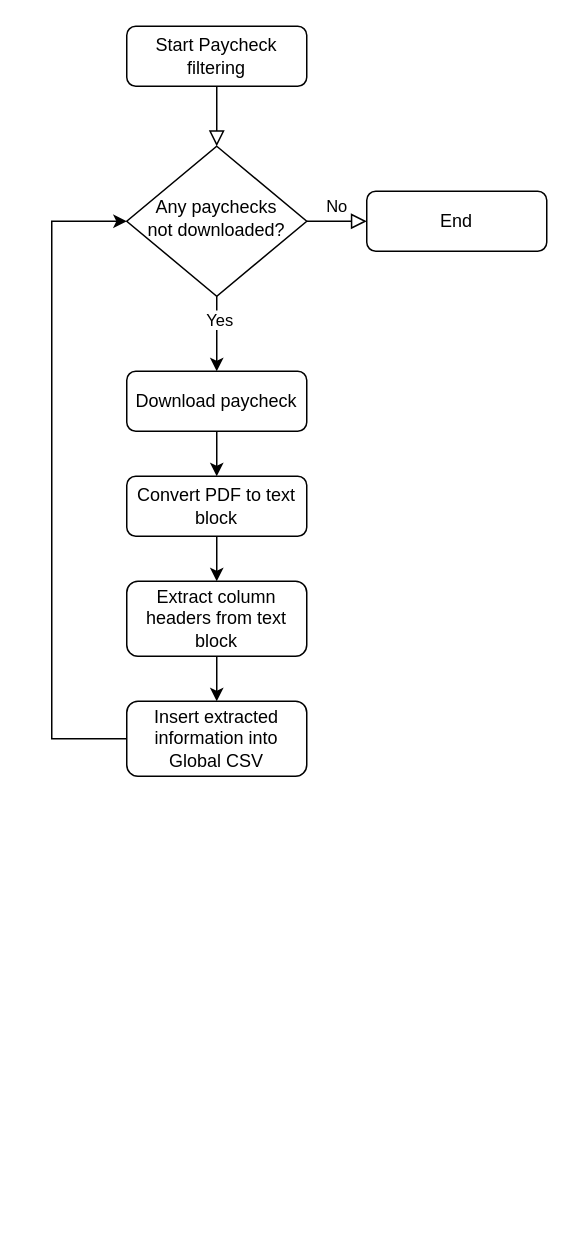
This is tools/convert_paycheck/convert_paycheck_to_xml.drawio from phooten/finance, a draw.io file, before an edit. Source tidied: cells renumbered, new cells numbered last; positions are measured from the earlier drawing's top-left corner, leaving out a move shared by most shapes. Both pictures are drawn from the tidied source at 150%, with x=0, y=0 at pixel (51, 26).
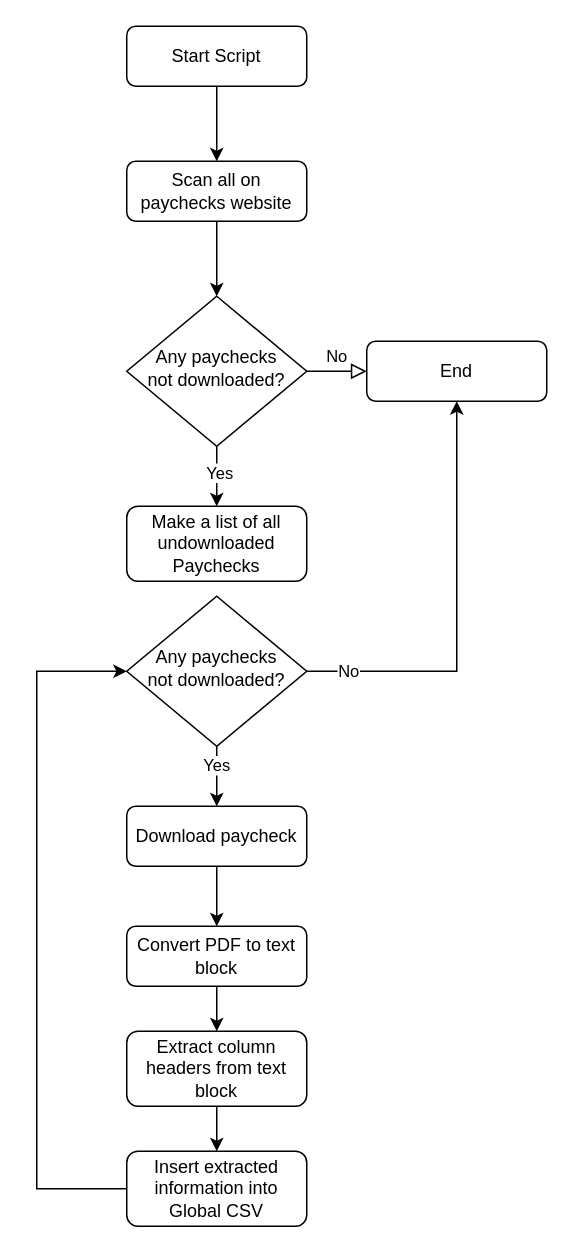
The same page after the edit.

Diff of the diagram source:
```diff
@@
-    <mxCell id="2" style="rounded=0;html=1;jettySize=auto;fontSize=11;endArrow=block;endFill=0;endSize=8;strokeWidth=1;shadow=0;labelBackgroundColor=none;edgeStyle=orthogonalEdgeStyle;" parent="1" edge="1" source="3" target="7">
-      <mxGeometry relative="1" as="geometry" />
-    </mxCell>
+    <mxCell id="17" style="edgeStyle=orthogonalEdgeStyle;rounded=0;jettySize=auto;html=1;entryX=0.5;entryY=0;entryDx=0;entryDy=0;" parent="1" edge="1" source="3" target="22">
+      <mxGeometry relative="1" as="geometry" />
+    </mxCell>
-    <mxCell id="3" value="Start Paycheck filtering" style="rounded=1;whiteSpace=wrap;html=1;fontSize=12;glass=0;strokeWidth=1;shadow=0;" parent="1" vertex="1">
+    <mxCell id="3" value="Start Script" style="rounded=1;whiteSpace=wrap;html=1;fontSize=12;glass=0;strokeWidth=1;shadow=0;" parent="1" vertex="1">
       <mxGeometry x="50" width="120" height="40" as="geometry" />
     </mxCell>
@@
-    <mxCell id="5" style="edgeStyle=orthogonalEdgeStyle;rounded=0;jettySize=auto;html=1;entryX=0.5;entryY=0;entryDx=0;entryDy=0;" parent="1" edge="1" source="7" target="10">
-      <mxGeometry relative="1" as="geometry" />
-    </mxCell>
-    <mxCell id="6" value="Yes" style="edgeLabel;html=1;align=center;verticalAlign=middle;" parent="5" vertex="1">
-      <mxGeometry x="-0.42" y="1" relative="1" as="geometry" />
-    </mxCell>
+    <mxCell id="18" style="edgeStyle=orthogonalEdgeStyle;rounded=0;jettySize=auto;html=1;entryX=0.5;entryY=0;entryDx=0;entryDy=0;" parent="1" edge="1" source="7" target="23">
+      <mxGeometry relative="1" as="geometry" />
+    </mxCell>
+    <mxCell id="19" value="Yes" style="edgeLabel;html=1;align=center;verticalAlign=middle;" parent="18" vertex="1">
+      <mxGeometry x="-0.15" y="1" relative="1" as="geometry" />
+    </mxCell>
     <mxCell id="7" value="Any paychecks &lt;br&gt;not downloaded?" style="rhombus;whiteSpace=wrap;html=1;shadow=0;fontFamily=Helvetica;fontSize=12;align=center;strokeWidth=1;spacing=6;spacingTop=-4;" parent="1" vertex="1">
-      <mxGeometry x="50" y="80" width="120" height="100" as="geometry" />
+      <mxGeometry x="50" y="180" width="120" height="100" as="geometry" />
     </mxCell>
     <mxCell id="8" value="End" style="rounded=1;whiteSpace=wrap;html=1;fontSize=12;glass=0;strokeWidth=1;shadow=0;" parent="1" vertex="1">
-      <mxGeometry x="210" y="110" width="120" height="40" as="geometry" />
+      <mxGeometry x="210" y="210" width="120" height="40" as="geometry" />
     </mxCell>
@@
     <mxCell id="10" value="Download paycheck" style="rounded=1;whiteSpace=wrap;html=1;fontSize=12;glass=0;strokeWidth=1;shadow=0;" parent="1" vertex="1">
-      <mxGeometry x="50" y="230" width="120" height="40" as="geometry" />
+      <mxGeometry x="50" y="520" width="120" height="40" as="geometry" />
     </mxCell>
@@
     <mxCell id="12" value="Convert PDF to text block" style="rounded=1;whiteSpace=wrap;html=1;fontSize=12;glass=0;strokeWidth=1;shadow=0;" parent="1" vertex="1">
-      <mxGeometry x="50" y="300" width="120" height="40" as="geometry" />
+      <mxGeometry x="50" y="600" width="120" height="40" as="geometry" />
     </mxCell>
@@
     <mxCell id="14" value="Extract column headers from text block" style="rounded=1;whiteSpace=wrap;html=1;fontSize=12;glass=0;strokeWidth=1;shadow=0;" parent="1" vertex="1">
-      <mxGeometry x="50" y="370" width="120" height="50" as="geometry" />
+      <mxGeometry x="50" y="670" width="120" height="50" as="geometry" />
     </mxCell>
-    <mxCell id="15" style="edgeStyle=orthogonalEdgeStyle;rounded=0;jettySize=auto;html=1;entryX=0;entryY=0.5;entryDx=0;entryDy=0;" parent="1" edge="1" source="16" target="7">
-      <mxGeometry relative="1" as="geometry">
-        <Array as="points">
-          <mxPoint y="475" />
-          <mxPoint y="130" />
-        </Array>
-      </mxGeometry>
-    </mxCell>
+    <mxCell id="20" style="edgeStyle=orthogonalEdgeStyle;rounded=0;jettySize=auto;html=1;entryX=0;entryY=0.5;entryDx=0;entryDy=0;" parent="1" edge="1" source="16" target="28">
+      <mxGeometry relative="1" as="geometry">
+        <Array as="points">
+          <mxPoint x="-10" y="775" />
+          <mxPoint x="-10" y="430" />
+        </Array>
+      </mxGeometry>
+    </mxCell>
     <mxCell id="16" value="Insert extracted information into Global CSV" style="rounded=1;whiteSpace=wrap;html=1;fontSize=12;glass=0;strokeWidth=1;shadow=0;" parent="1" vertex="1">
-      <mxGeometry x="50" y="450" width="120" height="50" as="geometry" />
+      <mxGeometry x="50" y="750" width="120" height="50" as="geometry" />
     </mxCell>
+    <mxCell id="21" style="edgeStyle=orthogonalEdgeStyle;rounded=0;jettySize=auto;html=1;entryX=0.5;entryY=0;entryDx=0;entryDy=0;" parent="1" edge="1" source="22" target="7">
+      <mxGeometry relative="1" as="geometry" />
+    </mxCell>
+    <mxCell id="22" value="Scan all on paychecks website" style="rounded=1;whiteSpace=wrap;html=1;fontSize=12;glass=0;strokeWidth=1;shadow=0;" parent="1" vertex="1">
+      <mxGeometry x="50" y="90" width="120" height="40" as="geometry" />
+    </mxCell>
+    <mxCell id="23" value="Make a list of all undownloaded Paychecks" style="rounded=1;whiteSpace=wrap;html=1;fontSize=12;glass=0;strokeWidth=1;shadow=0;" parent="1" vertex="1">
+      <mxGeometry x="50" y="320" width="120" height="50" as="geometry" />
+    </mxCell>
+    <mxCell id="24" style="edgeStyle=orthogonalEdgeStyle;rounded=0;jettySize=auto;html=1;entryX=0.5;entryY=0;entryDx=0;entryDy=0;" parent="1" edge="1" source="28" target="10">
+      <mxGeometry relative="1" as="geometry" />
+    </mxCell>
+    <mxCell id="25" value="Yes" style="edgeLabel;html=1;align=center;verticalAlign=middle;" parent="24" vertex="1">
+      <mxGeometry x="-0.4" y="-1" relative="1" as="geometry" />
+    </mxCell>
+    <mxCell id="26" style="edgeStyle=orthogonalEdgeStyle;rounded=0;jettySize=auto;html=1;entryX=0.5;entryY=1;entryDx=0;entryDy=0;" parent="1" edge="1" source="28" target="8">
+      <mxGeometry relative="1" as="geometry" />
+    </mxCell>
+    <mxCell id="27" value="No" style="edgeLabel;html=1;align=center;verticalAlign=middle;" parent="26" vertex="1">
+      <mxGeometry x="-0.81" y="1" relative="1" as="geometry" />
+    </mxCell>
+    <mxCell id="28" value="Any paychecks &lt;br&gt;not downloaded?" style="rhombus;whiteSpace=wrap;html=1;shadow=0;fontFamily=Helvetica;fontSize=12;align=center;strokeWidth=1;spacing=6;spacingTop=-4;" parent="1" vertex="1">
+      <mxGeometry x="50" y="380" width="120" height="100" as="geometry" />
+    </mxCell>
```
